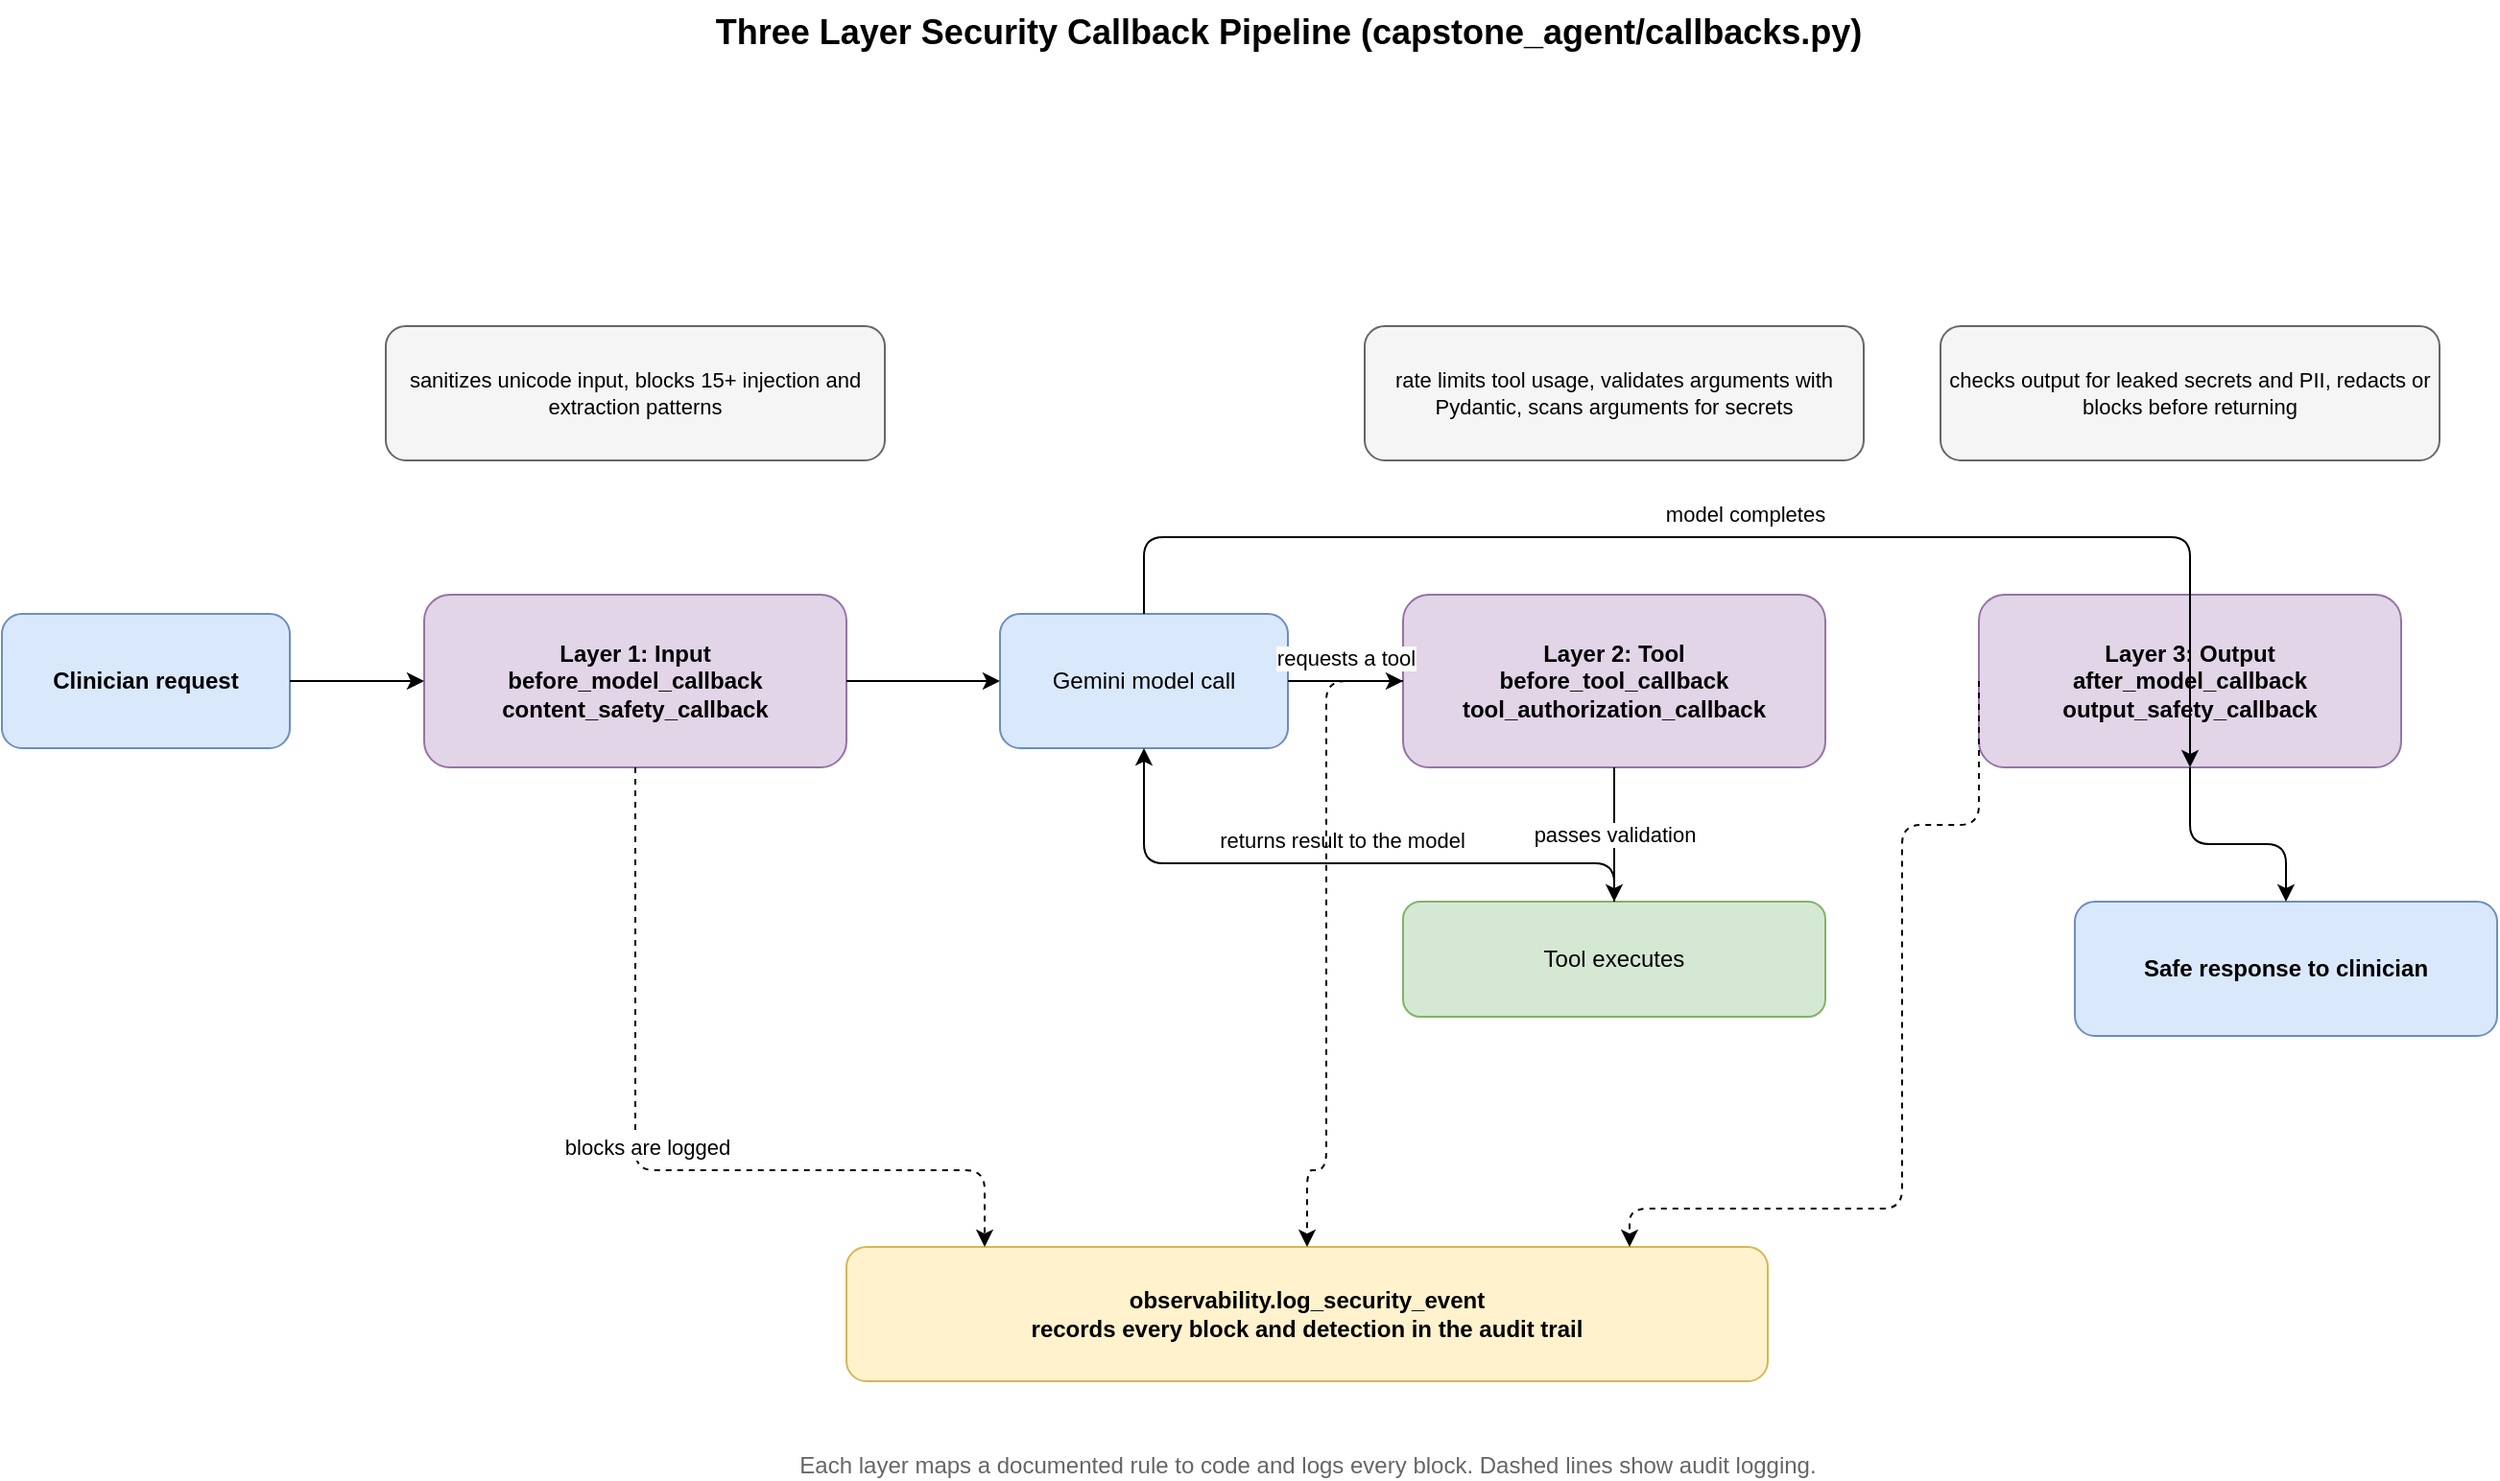
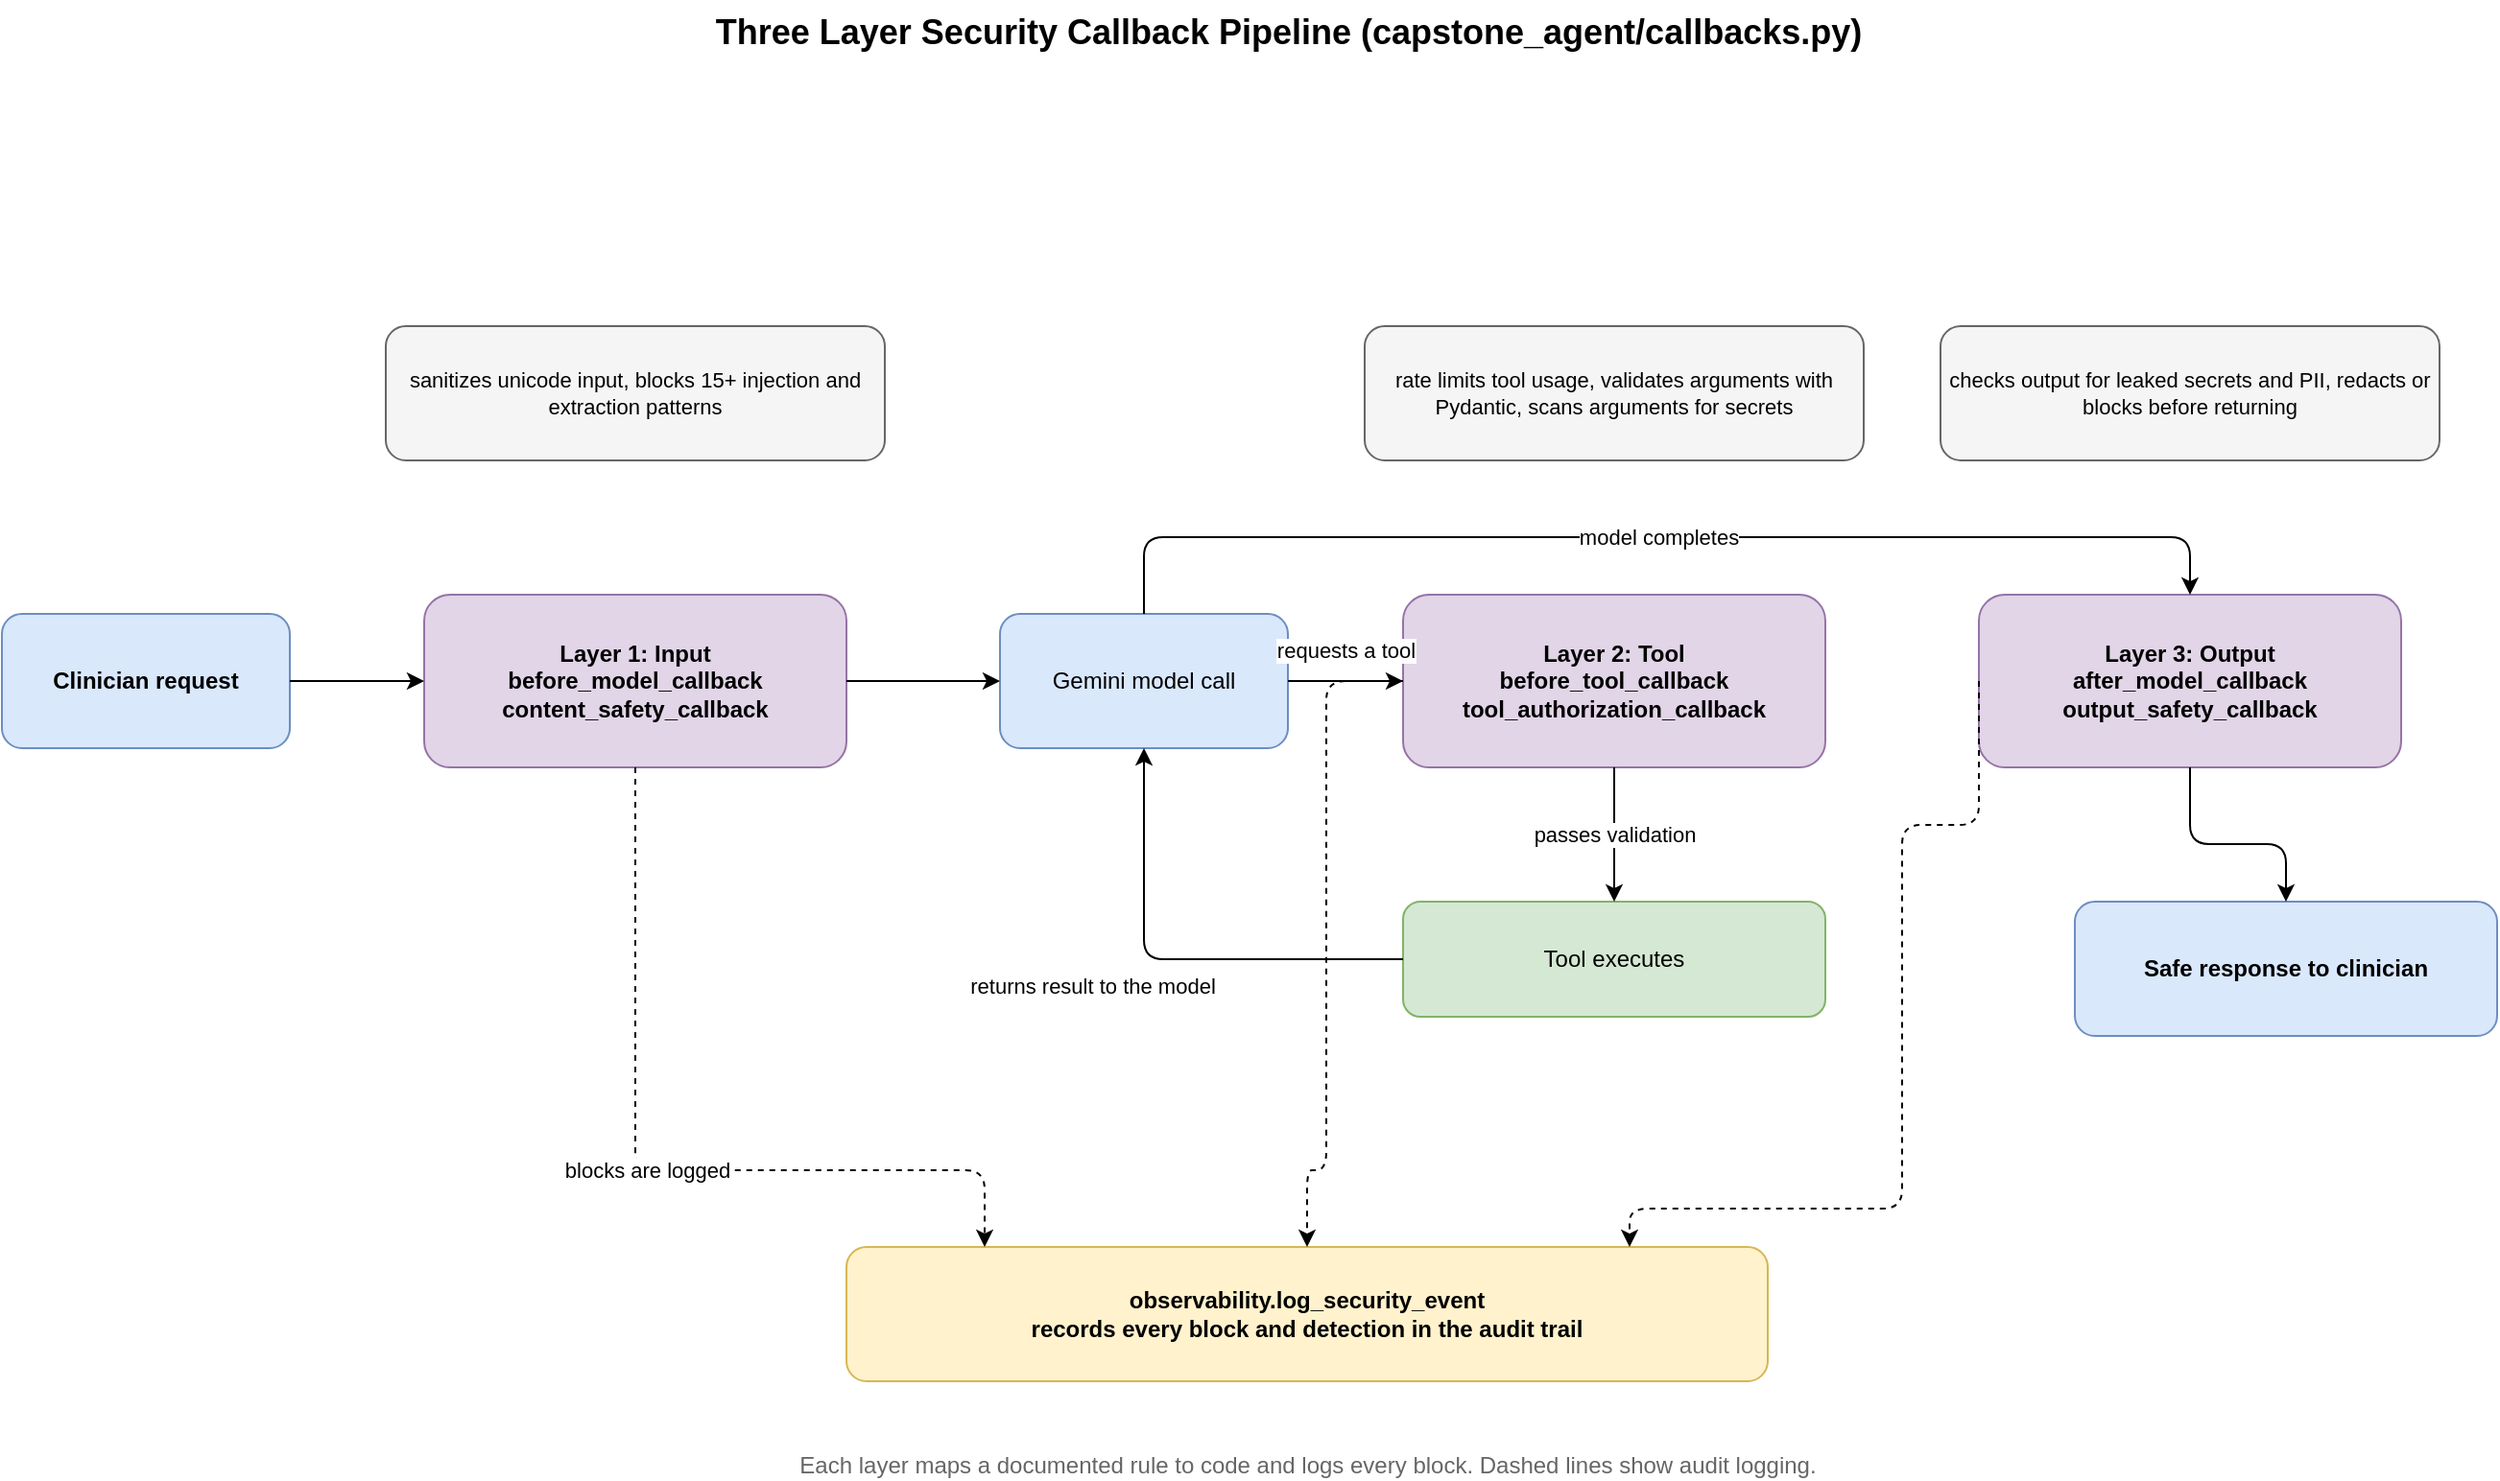
<?xml version="1.0" encoding="UTF-8"?>
<mxfile host="drawio" version="26.0.0">
  <diagram name="Security Pipeline">
    <mxGraphModel dx="1300" dy="900" grid="1" gridSize="10" page="1" pageWidth="1420" pageHeight="820">
      <root>
        <mxCell id="0" />
        <mxCell id="1" parent="0" />
        <mxCell id="title" value="Three Layer Security Callback Pipeline (capstone_agent/callbacks.py)" style="text;html=1;fontSize=18;fontStyle=1;align=center;" vertex="1" parent="1">
          <mxGeometry x="330" y="10" width="760" height="30" as="geometry" />
        </mxCell>
        <mxCell id="user" value="Clinician request" style="rounded=1;whiteSpace=wrap;html=1;fillColor=#dae8fc;strokeColor=#6c8ebf;fontStyle=1;" vertex="1" parent="1">
          <mxGeometry x="40" y="330" width="150" height="70" as="geometry" />
        </mxCell>
        <mxCell id="lay1" value="Layer 1: Input&#xa;before_model_callback&#xa;content_safety_callback" style="rounded=1;whiteSpace=wrap;html=1;fillColor=#e1d5e7;strokeColor=#9673a6;fontStyle=1;" vertex="1" parent="1">
          <mxGeometry x="260" y="320" width="220" height="90" as="geometry" />
        </mxCell>
        <mxCell id="lay1d" value="sanitizes unicode input, blocks 15+ injection and extraction patterns" style="rounded=1;whiteSpace=wrap;html=1;fillColor=#f5f5f5;strokeColor=#666666;fontSize=11;" vertex="1" parent="1">
          <mxGeometry x="240" y="180" width="260" height="70" as="geometry" />
        </mxCell>
        <mxCell id="model" value="Gemini model call" style="rounded=1;whiteSpace=wrap;html=1;fillColor=#dae8fc;strokeColor=#6c8ebf;" vertex="1" parent="1">
          <mxGeometry x="560" y="330" width="150" height="70" as="geometry" />
        </mxCell>
        <mxCell id="lay2" value="Layer 2: Tool&#xa;before_tool_callback&#xa;tool_authorization_callback" style="rounded=1;whiteSpace=wrap;html=1;fillColor=#e1d5e7;strokeColor=#9673a6;fontStyle=1;" vertex="1" parent="1">
          <mxGeometry x="770" y="320" width="220" height="90" as="geometry" />
        </mxCell>
        <mxCell id="lay2d" value="rate limits tool usage, validates arguments with Pydantic, scans arguments for secrets" style="rounded=1;whiteSpace=wrap;html=1;fillColor=#f5f5f5;strokeColor=#666666;fontSize=11;" vertex="1" parent="1">
          <mxGeometry x="750" y="180" width="260" height="70" as="geometry" />
        </mxCell>
        <mxCell id="tool" value="Tool executes" style="rounded=1;whiteSpace=wrap;html=1;fillColor=#d5e8d4;strokeColor=#82b366;" vertex="1" parent="1">
          <mxGeometry x="770" y="480" width="220" height="60" as="geometry" />
        </mxCell>
        <mxCell id="lay3" value="Layer 3: Output&#xa;after_model_callback&#xa;output_safety_callback" style="rounded=1;whiteSpace=wrap;html=1;fillColor=#e1d5e7;strokeColor=#9673a6;fontStyle=1;" vertex="1" parent="1">
          <mxGeometry x="1070" y="320" width="220" height="90" as="geometry" />
        </mxCell>
        <mxCell id="lay3d" value="checks output for leaked secrets and PII, redacts or blocks before returning" style="rounded=1;whiteSpace=wrap;html=1;fillColor=#f5f5f5;strokeColor=#666666;fontSize=11;" vertex="1" parent="1">
          <mxGeometry x="1050" y="180" width="260" height="70" as="geometry" />
        </mxCell>
        <mxCell id="resp" value="Safe response to clinician" style="rounded=1;whiteSpace=wrap;html=1;fillColor=#dae8fc;strokeColor=#6c8ebf;fontStyle=1;" vertex="1" parent="1">
          <mxGeometry x="1120" y="480" width="220" height="70" as="geometry" />
        </mxCell>
        <mxCell id="audit" value="observability.log_security_event&#xa;records every block and detection in the audit trail" style="rounded=1;whiteSpace=wrap;html=1;fillColor=#fff2cc;strokeColor=#d6b656;fontStyle=1;" vertex="1" parent="1">
          <mxGeometry x="480" y="660" width="480" height="70" as="geometry" />
        </mxCell>
        <mxCell id="e1" style="edgeStyle=orthogonalEdgeStyle;rounded=1;orthogonalLoop=1;jettySize=auto;html=1;exitX=1;exitY=0.5;entryX=0;entryY=0.5;" edge="1" parent="1" source="user" target="lay1">
          <mxGeometry relative="1" as="geometry" />
        </mxCell>
        <mxCell id="e2" style="edgeStyle=orthogonalEdgeStyle;rounded=1;orthogonalLoop=1;jettySize=auto;html=1;exitX=1;exitY=0.5;entryX=0;entryY=0.5;" edge="1" parent="1" source="lay1" target="model">
          <mxGeometry relative="1" as="geometry" />
        </mxCell>
        <mxCell id="e3" value="requests a tool" style="edgeStyle=orthogonalEdgeStyle;rounded=1;orthogonalLoop=1;jettySize=auto;html=1;exitX=1;exitY=0.5;entryX=0;entryY=0.5;labelBackgroundColor=#ffffff;fontSize=11;" edge="1" parent="1" source="model" target="lay2">
          <mxGeometry relative="1" as="geometry">
-             <mxPoint as="offset" x="0" y="-12" />
+             <mxPoint as="offset" x="0" y="-16" />
          </mxGeometry>
        </mxCell>
        <mxCell id="e4" value="passes validation" style="edgeStyle=orthogonalEdgeStyle;rounded=1;orthogonalLoop=1;jettySize=auto;html=1;exitX=0.5;exitY=1;entryX=0.5;entryY=0;labelBackgroundColor=#ffffff;fontSize=11;" edge="1" parent="1" source="lay2" target="tool">
          <mxGeometry relative="1" as="geometry" />
        </mxCell>
-         <mxCell id="e5" value="returns result to the model" style="edgeStyle=orthogonalEdgeStyle;rounded=1;orthogonalLoop=1;jettySize=auto;html=1;exitX=0.5;exitY=0;entryX=0.5;entryY=1;labelBackgroundColor=#ffffff;fontSize=11;" edge="1" parent="1" source="tool" target="model">
+         <mxCell id="e5" value="returns result to the model" style="edgeStyle=orthogonalEdgeStyle;rounded=1;orthogonalLoop=1;jettySize=auto;html=1;exitX=0;exitY=0.5;entryX=0.5;entryY=1;labelBackgroundColor=#ffffff;fontSize=11;" edge="1" parent="1" source="tool" target="model">
          <mxGeometry relative="1" as="geometry">
            <Array as="points">
-               <mxPoint x="880" y="460" />
-               <mxPoint x="635" y="460" />
+               <mxPoint x="635" y="510" />
            </Array>
-             <mxPoint as="offset" x="0" y="-12" />
+             <mxPoint as="offset" x="-40" y="14" />
          </mxGeometry>
        </mxCell>
-         <mxCell id="e6" value="model completes" style="edgeStyle=orthogonalEdgeStyle;rounded=1;orthogonalLoop=1;jettySize=auto;html=1;exitX=0.5;exitY=0;entryX=0.5;entryY=1;labelBackgroundColor=#ffffff;fontSize=11;" edge="1" parent="1" source="model" target="lay3">
+         <mxCell id="e6" value="model completes" style="edgeStyle=orthogonalEdgeStyle;rounded=1;orthogonalLoop=1;jettySize=auto;html=1;exitX=0.5;exitY=0;entryX=0.5;entryY=0;labelBackgroundColor=#ffffff;fontSize=11;" edge="1" parent="1" source="model" target="lay3">
          <mxGeometry relative="1" as="geometry">
            <Array as="points">
              <mxPoint x="635" y="290" />
              <mxPoint x="1180" y="290" />
            </Array>
-             <mxPoint as="offset" x="0" y="-12" />
          </mxGeometry>
        </mxCell>
        <mxCell id="e7" style="edgeStyle=orthogonalEdgeStyle;rounded=1;orthogonalLoop=1;jettySize=auto;html=1;exitX=0.5;exitY=1;entryX=0.5;entryY=0;" edge="1" parent="1" source="lay3" target="resp">
          <mxGeometry relative="1" as="geometry">
            <Array as="points">
              <mxPoint x="1230" y="450" />
            </Array>
          </mxGeometry>
        </mxCell>
        <mxCell id="a1" value="blocks are logged" style="edgeStyle=orthogonalEdgeStyle;rounded=1;orthogonalLoop=1;jettySize=auto;html=1;dashed=1;exitX=0.5;exitY=1;entryX=0.15;entryY=0;labelBackgroundColor=#ffffff;fontSize=11;" edge="1" parent="1" source="lay1" target="audit">
          <mxGeometry relative="1" as="geometry">
            <Array as="points">
              <mxPoint x="370" y="620" />
            </Array>
-             <mxPoint as="offset" x="0" y="-12" />
          </mxGeometry>
        </mxCell>
        <mxCell id="a2" style="edgeStyle=orthogonalEdgeStyle;rounded=1;orthogonalLoop=1;jettySize=auto;html=1;dashed=1;exitX=0;exitY=0.5;entryX=0.5;entryY=0;" edge="1" parent="1" source="lay2" target="audit">
          <mxGeometry relative="1" as="geometry">
            <Array as="points">
              <mxPoint x="730" y="620" />
              <mxPoint x="720" y="620" />
            </Array>
          </mxGeometry>
        </mxCell>
        <mxCell id="a3" style="edgeStyle=orthogonalEdgeStyle;rounded=1;orthogonalLoop=1;jettySize=auto;html=1;dashed=1;exitX=0;exitY=0.5;entryX=0.85;entryY=0;" edge="1" parent="1" source="lay3" target="audit">
          <mxGeometry relative="1" as="geometry">
            <Array as="points">
              <mxPoint x="1030" y="440" />
              <mxPoint x="1030" y="640" />
              <mxPoint x="888" y="640" />
            </Array>
          </mxGeometry>
        </mxCell>
        <mxCell id="v1" value="Each layer maps a documented rule to code and logs every block. Dashed lines show audit logging." style="text;html=1;fontSize=12;align=center;fontColor=#666666;" vertex="1" parent="1">
          <mxGeometry x="440" y="760" width="560" height="20" as="geometry" />
        </mxCell>
      </root>
    </mxGraphModel>
  </diagram>
</mxfile>
